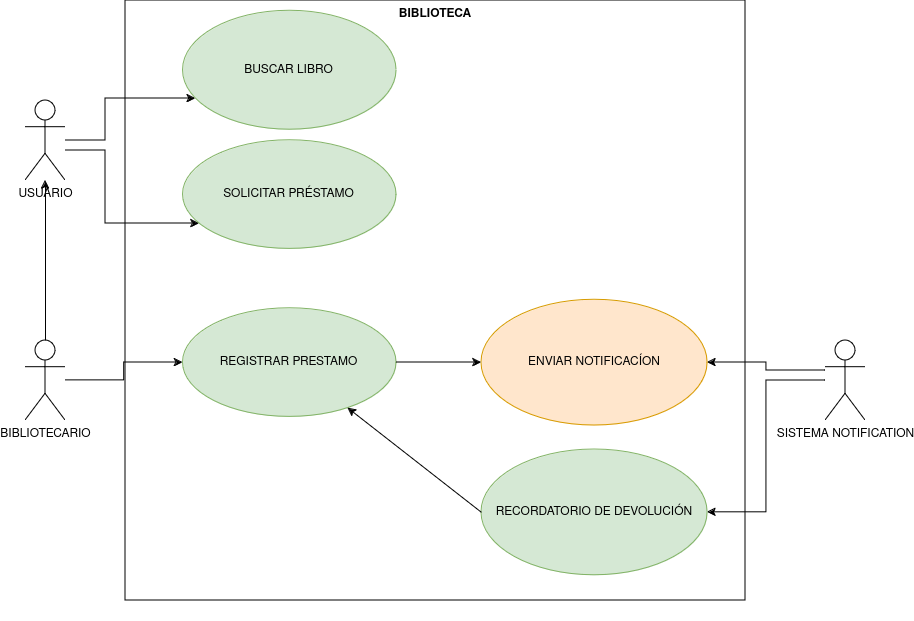
Above: CASOS-USO.drawio.png in eduardosmoralesglez/Proyecto-UCAs (draw.io), before the change. Source tidied: cells renumbered, new cells last; positions are measured from the earlier drawing's top-left corner, leaving out a move shared by most shapes.
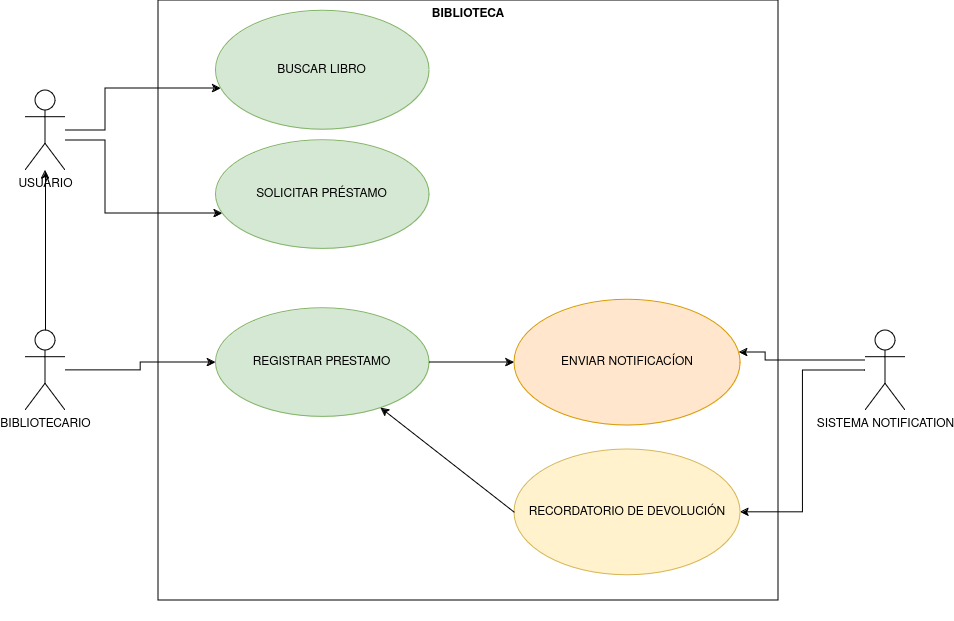
After the commit.

Commit message:
Cambio de color de "RECORDATORIO DE DEVOLUCION""

Change to the diagram source:
```diff
@@ -5,8 +5,8 @@
     <mxCell id="2" style="edgeStyle=orthogonalEdgeStyle;rounded=0;jettySize=auto;html=1;" parent="1" edge="1" source="4" target="17">
       <mxGeometry relative="1" as="geometry">
         <Array as="points">
-          <mxPoint x="741" y="370" />
-          <mxPoint x="741" y="362" />
+          <mxPoint x="740" y="370" />
+          <mxPoint x="740" y="362" />
         </Array>
       </mxGeometry>
     </mxCell>
@@ -14,7 +14,7 @@
       <mxGeometry relative="1" as="geometry" />
     </mxCell>
     <mxCell id="4" value="SISTEMA NOTIFICATION " style="shape=umlActor;html=1;verticalLabelPosition=bottom;verticalAlign=top;align=center;" parent="1" vertex="1">
-      <mxGeometry x="800" y="340" width="40" height="80" as="geometry" />
+      <mxGeometry x="840" y="340" width="40" height="80" as="geometry" />
     </mxCell>
     <mxCell id="5" style="edgeStyle=orthogonalEdgeStyle;rounded=0;jettySize=auto;html=1;" parent="1" edge="1" source="7" target="15">
       <mxGeometry relative="1" as="geometry">
@@ -45,7 +45,7 @@
       <mxGeometry y="340" width="40" height="80" as="geometry" />
     </mxCell>
     <mxCell id="11" style="group;" parent="1" vertex="1">
-      <mxGeometry x="127" y="20" width="620" height="600" as="geometry" />
+      <mxGeometry x="160" y="30" width="620" height="600" as="geometry" />
     </mxCell>
     <mxCell id="12" style="group;" parent="11" vertex="1">
       <mxGeometry x="-27" y="-20" width="620" height="600" as="geometry" />
@@ -65,7 +65,7 @@
     <mxCell id="17" value="ENVIAR NOTIFICACÍON" style="ellipse;whiteSpace=wrap;html=1;fillColor=#ffe6cc;strokeColor=#d79b00;" parent="12" vertex="1">
       <mxGeometry x="355.9" y="299.2" width="226" height="125.7" as="geometry" />
     </mxCell>
-    <mxCell id="18" value="RECORDATORIO DE DEVOLUCIÓN" style="ellipse;whiteSpace=wrap;html=1;fillColor=#d5e8d4;strokeColor=#82b366;" parent="12" vertex="1">
+    <mxCell id="18" value="RECORDATORIO DE DEVOLUCIÓN" style="ellipse;whiteSpace=wrap;html=1;fillColor=#fff2cc;strokeColor=#d6b656;" parent="12" vertex="1">
       <mxGeometry x="355.9" y="449" width="226" height="125.7" as="geometry" />
     </mxCell>
     <mxCell id="19" style="edgeStyle=orthogonalEdgeStyle;rounded=0;jettySize=auto;html=1;" parent="12" edge="1" source="16" target="17">
```
